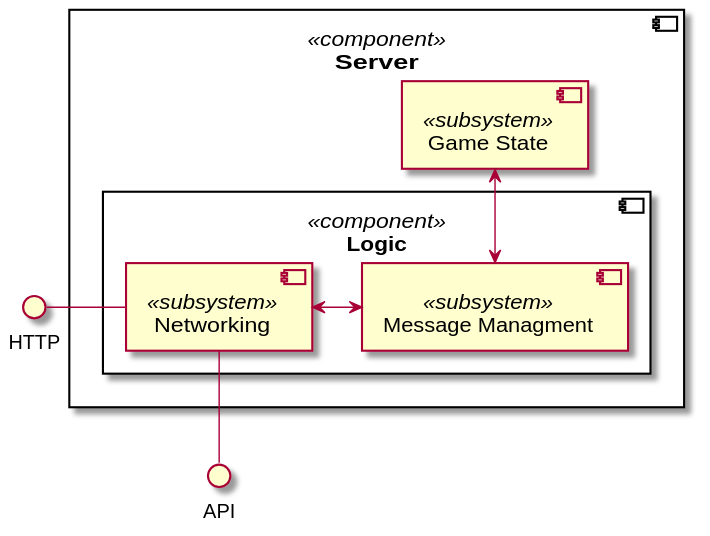
Brotenko/QualityQuest keeps this PlantUML diagram as Docs/Technical Specifications/docs/diagrams/ComponentDiagrams/ServerComponentDiagram.svg. Above is the earlier version.
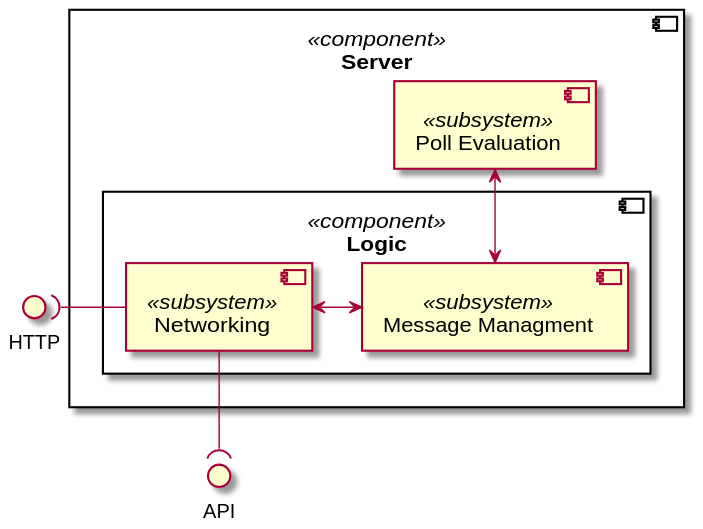
Later version of the same file.

Commit message:
updated diagram svgses

Change to the diagram source:
```diff
@@ -7,13 +7,13 @@
     [Networking] <<subsystem>> as network
     [Message Managment] <<subsystem>> as message
 }
-    [Game State] <<subsystem>> as game
+    [Poll Evaluation] <<subsystem>> as pe
 }
-http -right- network
+http )-right- network
 
 
-game <-down-> message
+pe <-down-> message
 network <-> message
 
-api -up- network
+api )-up- network
 @enduml
```
